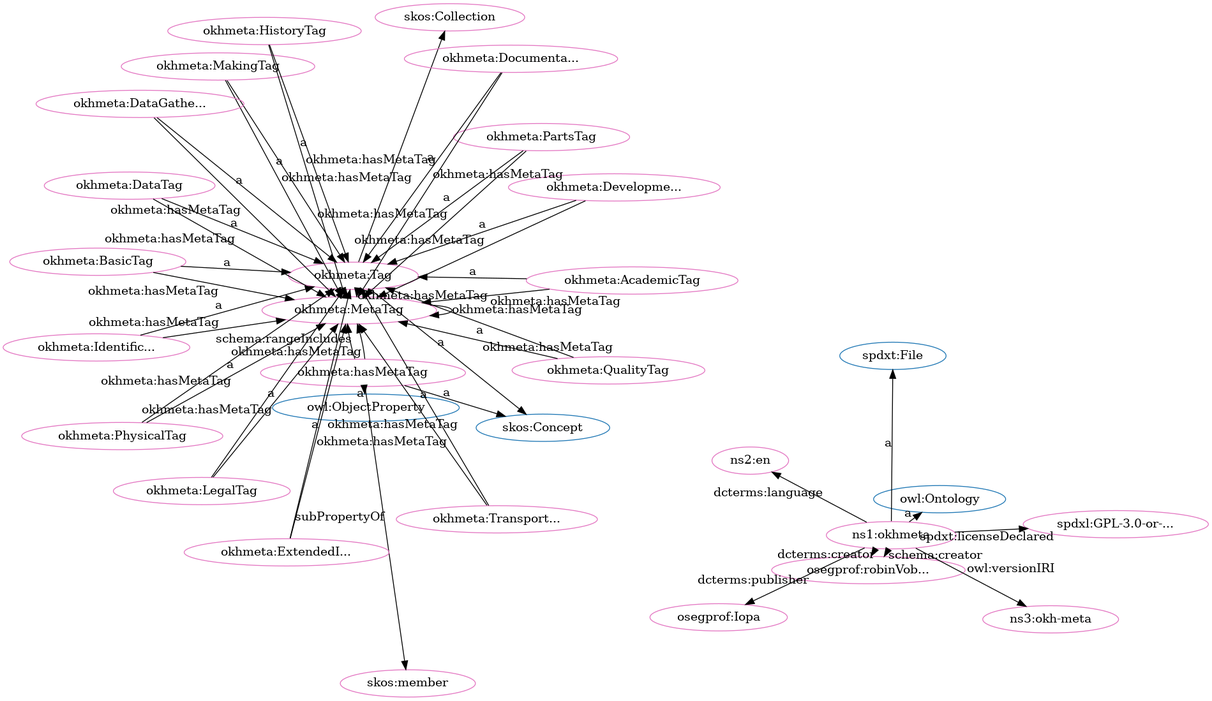
The Graphviz diagram src/spec/fdp_okh-meta.png in iop-alliance/OpenKnowHow, before a commit. Its source is kept beside it as src/spec/fdp_okh-meta.dot.
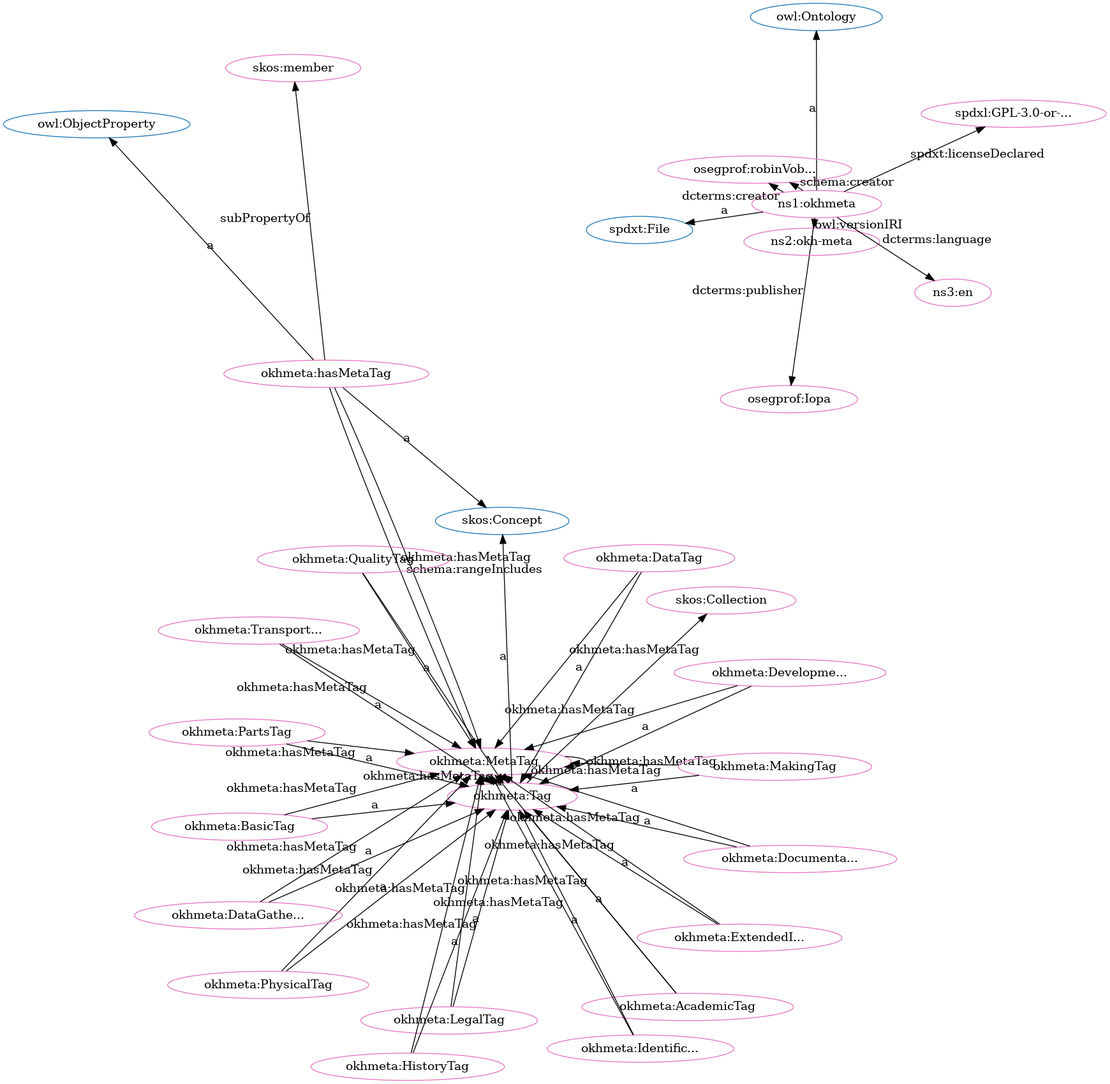
Later version of the same file.

What changed in the source:
```diff
@@ -1,85 +1,85 @@
 digraph G {
   rankdir=BT
   node[height=.3]
+"http://www.w3.org/2002/07/owl#ObjectProperty" [fillcolor="#1f77b4" color="#1f77b4" label="owl:ObjectProperty"]
 "http://spdx.org/rdf/terms#File" [fillcolor="#1f77b4" color="#1f77b4" label="spdxt:File"]
-"http://www.w3.org/2002/07/owl#ObjectProperty" [fillcolor="#1f77b4" color="#1f77b4" label="owl:ObjectProperty"]
-"http://www.w3.org/2004/02/skos/core#Concept" [fillcolor="#1f77b4" color="#1f77b4" label="skos:Concept"]
-"http://www.w3.org/2002/07/owl#Ontology" [fillcolor="#1f77b4" color="#1f77b4" label="owl:Ontology"]
+"https://w3id.org/oseg/ont/okhmeta#MetaTag" [fillcolor="#1f77b4" color="#1f77b4" label="okhmeta:MetaTag"]
 "https://w3id.org/oseg/ont/okhmeta#Tag" [fillcolor="#1f77b4" color="#1f77b4" label="okhmeta:Tag"]
 "http://www.w3.org/2004/02/skos/core#Collection" [fillcolor="#1f77b4" color="#1f77b4" label="skos:Collection"]
-"https://w3id.org/oseg/ont/okhmeta#MetaTag" [fillcolor="#1f77b4" color="#1f77b4" label="okhmeta:MetaTag"]
-"https://w3id.org/oseg/ont/okhmeta#IdentificationTag" [fillcolor="#e377c2" color="#e377c2" label="okhmeta:Identific..."]
-"https://w3id.org/oseg/ont/okhmeta#hasMetaTag" [fillcolor="#e377c2" color="#e377c2" label="okhmeta:hasMetaTag"]
-"https://w3id.org/oseg/ont/okhmeta#PartsTag" [fillcolor="#e377c2" color="#e377c2" label="okhmeta:PartsTag"]
+"http://www.w3.org/2002/07/owl#Ontology" [fillcolor="#1f77b4" color="#1f77b4" label="owl:Ontology"]
+"http://www.w3.org/2004/02/skos/core#Concept" [fillcolor="#1f77b4" color="#1f77b4" label="skos:Concept"]
+"https://w3id.org/oseg/ont/okhmeta#Tag" [fillcolor="#e377c2" color="#e377c2" label="okhmeta:Tag"]
 "https://w3id.org/oseg/ont/okhmeta#MetaTag" [fillcolor="#e377c2" color="#e377c2" label="okhmeta:MetaTag"]
-"https://w3id.org/oseg/ont/okhmeta#LegalTag" [fillcolor="#e377c2" color="#e377c2" label="okhmeta:LegalTag"]
-"https://w3id.org/oseg/ont/oseg-profiles#robinVobruba" [fillcolor="#e377c2" color="#e377c2" label="osegprof:robinVob..."]
-"https://w3id.org/oseg/ont/okhmeta#Tag" [fillcolor="#e377c2" color="#e377c2" label="okhmeta:Tag"]
-"https://w3id.org/oseg/ont/okhmeta#MakingTag" [fillcolor="#e377c2" color="#e377c2" label="okhmeta:MakingTag"]
-"https://w3id.org/oseg/ont/okhmeta#QualityTag" [fillcolor="#e377c2" color="#e377c2" label="okhmeta:QualityTag"]
-"http://www.w3.org/2004/02/skos/core#Collection" [fillcolor="#e377c2" color="#e377c2" label="skos:Collection"]
-"https://w3id.org/oseg/ont/okhmeta#DataGatheringTag" [fillcolor="#e377c2" color="#e377c2" label="okhmeta:DataGathe..."]
-"https://w3id.org/oseg/ont/okhmeta#DevelopmentTag" [fillcolor="#e377c2" color="#e377c2" label="okhmeta:Developme..."]
-"https://w3id.org/oseg/ont/okhmeta#AcademicTag" [fillcolor="#e377c2" color="#e377c2" label="okhmeta:AcademicTag"]
 "https://w3id.org/oseg/ont/okhmeta" [fillcolor="#e377c2" color="#e377c2" label="ns1:okhmeta"]
 "https://w3id.org/oseg/ont/okhmeta#DataTag" [fillcolor="#e377c2" color="#e377c2" label="okhmeta:DataTag"]
+"https://w3id.org/oseg/ont/oseg-profiles#robinVobruba" [fillcolor="#e377c2" color="#e377c2" label="osegprof:robinVob..."]
+"https://w3id.org/oseg/ont/okhmeta#PartsTag" [fillcolor="#e377c2" color="#e377c2" label="okhmeta:PartsTag"]
+"https://w3id.org/oseg/ont/okhmeta#ExtendedInfoTag" [fillcolor="#e377c2" color="#e377c2" label="okhmeta:ExtendedI..."]
 "http://www.w3.org/2004/02/skos/core#member" [fillcolor="#e377c2" color="#e377c2" label="skos:member"]
+"https://w3id.org/oseg/ont/okhmeta#AcademicTag" [fillcolor="#e377c2" color="#e377c2" label="okhmeta:AcademicTag"]
+"https://w3id.org/oseg/ont/okhmeta#BasicTag" [fillcolor="#e377c2" color="#e377c2" label="okhmeta:BasicTag"]
+"https://w3id.org/oseg/ont/okhmeta#hasMetaTag" [fillcolor="#e377c2" color="#e377c2" label="okhmeta:hasMetaTag"]
+"https://w3id.org/oseg/ont/okhmeta#QualityTag" [fillcolor="#e377c2" color="#e377c2" label="okhmeta:QualityTag"]
+"https://w3id.org/oseg/ont/oseg-profiles#Iopa" [fillcolor="#e377c2" color="#e377c2" label="osegprof:Iopa"]
+"https://w3id.org/oseg/ont/okhmeta#IdentificationTag" [fillcolor="#e377c2" color="#e377c2" label="okhmeta:Identific..."]
 "https://spdx.org/licenses/GPL-3.0-or-later" [fillcolor="#e377c2" color="#e377c2" label="spdxl:GPL-3.0-or-..."]
-"http://id.loc.gov/vocabulary/iso639-1/en" [fillcolor="#e377c2" color="#e377c2" label="ns2:en"]
-"https://w3id.org/oseg/ont/oseg-profiles#Iopa" [fillcolor="#e377c2" color="#e377c2" label="osegprof:Iopa"]
-"https://w3id.org/oseg/ont/okhmeta#ExtendedInfoTag" [fillcolor="#e377c2" color="#e377c2" label="okhmeta:ExtendedI..."]
-"https://w3id.org/oseg/ont/okhmeta#BasicTag" [fillcolor="#e377c2" color="#e377c2" label="okhmeta:BasicTag"]
+"https://w3id.org/oseg/ont/okhmeta#DevelopmentTag" [fillcolor="#e377c2" color="#e377c2" label="okhmeta:Developme..."]
+"https://w3id.org/oseg/ont/okhmeta#PhysicalTag" [fillcolor="#e377c2" color="#e377c2" label="okhmeta:PhysicalTag"]
 "https://w3id.org/oseg/ont/okhmeta#DocumentationTag" [fillcolor="#e377c2" color="#e377c2" label="okhmeta:Documenta..."]
-"https://w3id.org/oseg/ont/1.1.0/okh-meta" [fillcolor="#e377c2" color="#e377c2" label="ns3:okh-meta"]
-"https://w3id.org/oseg/ont/okhmeta#PhysicalTag" [fillcolor="#e377c2" color="#e377c2" label="okhmeta:PhysicalTag"]
+"https://w3id.org/oseg/ont/okhmeta#MakingTag" [fillcolor="#e377c2" color="#e377c2" label="okhmeta:MakingTag"]
+"http://www.w3.org/2004/02/skos/core#Collection" [fillcolor="#e377c2" color="#e377c2" label="skos:Collection"]
+"https://w3id.org/oseg/ont/1.1.0/okh-meta" [fillcolor="#e377c2" color="#e377c2" label="ns2:okh-meta"]
 "https://w3id.org/oseg/ont/okhmeta#TransportationTag" [fillcolor="#e377c2" color="#e377c2" label="okhmeta:Transport..."]
+"https://w3id.org/oseg/ont/okhmeta#LegalTag" [fillcolor="#e377c2" color="#e377c2" label="okhmeta:LegalTag"]
 "https://w3id.org/oseg/ont/okhmeta#HistoryTag" [fillcolor="#e377c2" color="#e377c2" label="okhmeta:HistoryTag"]
-  "https://w3id.org/oseg/ont/okhmeta#IdentificationTag" -> "https://w3id.org/oseg/ont/okhmeta#Tag" [label="a"]
-  "https://w3id.org/oseg/ont/okhmeta#PartsTag" -> "https://w3id.org/oseg/ont/okhmeta#Tag" [label="a"]
+"http://id.loc.gov/vocabulary/iso639-1/en" [fillcolor="#e377c2" color="#e377c2" label="ns3:en"]
+"https://w3id.org/oseg/ont/okhmeta#DataGatheringTag" [fillcolor="#e377c2" color="#e377c2" label="okhmeta:DataGathe..."]
+  "https://w3id.org/oseg/ont/okhmeta#Tag" -> "http://www.w3.org/2004/02/skos/core#Concept" [label="a"]
+  "https://w3id.org/oseg/ont/okhmeta#DevelopmentTag" -> "https://w3id.org/oseg/ont/okhmeta#MetaTag" [label="okhmeta:hasMetaTag"]
+  "https://w3id.org/oseg/ont/okhmeta" -> "http://spdx.org/rdf/terms#File" [label="a"]
+  "https://w3id.org/oseg/ont/okhmeta#ExtendedInfoTag" -> "https://w3id.org/oseg/ont/okhmeta#Tag" [label="a"]
+  "https://w3id.org/oseg/ont/okhmeta#QualityTag" -> "https://w3id.org/oseg/ont/okhmeta#MetaTag" [label="okhmeta:hasMetaTag"]
+  "https://w3id.org/oseg/ont/okhmeta#hasMetaTag" -> "http://www.w3.org/2004/02/skos/core#member" [label="subPropertyOf"]
+  "https://w3id.org/oseg/ont/okhmeta#AcademicTag" -> "https://w3id.org/oseg/ont/okhmeta#Tag" [label="a"]
+  "https://w3id.org/oseg/ont/okhmeta#BasicTag" -> "https://w3id.org/oseg/ont/okhmeta#Tag" [label="a"]
+  "https://w3id.org/oseg/ont/okhmeta#IdentificationTag" -> "https://w3id.org/oseg/ont/okhmeta#MetaTag" [label="okhmeta:hasMetaTag"]
+  "https://w3id.org/oseg/ont/okhmeta" -> "https://w3id.org/oseg/ont/oseg-profiles#robinVobruba" [label="dcterms:creator"]
+  "https://w3id.org/oseg/ont/okhmeta#HistoryTag" -> "https://w3id.org/oseg/ont/okhmeta#MetaTag" [label="okhmeta:hasMetaTag"]
+  "https://w3id.org/oseg/ont/okhmeta" -> "https://w3id.org/oseg/ont/oseg-profiles#Iopa" [label="dcterms:publisher"]
+  "https://w3id.org/oseg/ont/okhmeta#hasMetaTag" -> "https://w3id.org/oseg/ont/okhmeta#MetaTag" [label="schema:rangeIncludes"]
+  "https://w3id.org/oseg/ont/okhmeta#DocumentationTag" -> "https://w3id.org/oseg/ont/okhmeta#Tag" [label="a"]
+  "https://w3id.org/oseg/ont/okhmeta#MakingTag" -> "https://w3id.org/oseg/ont/okhmeta#Tag" [label="a"]
+  "https://w3id.org/oseg/ont/okhmeta#DataTag" -> "https://w3id.org/oseg/ont/okhmeta#MetaTag" [label="okhmeta:hasMetaTag"]
+  "https://w3id.org/oseg/ont/okhmeta#TransportationTag" -> "https://w3id.org/oseg/ont/okhmeta#Tag" [label="a"]
+  "https://w3id.org/oseg/ont/okhmeta#hasMetaTag" -> "http://www.w3.org/2002/07/owl#ObjectProperty" [label="a"]
+  "https://w3id.org/oseg/ont/okhmeta#LegalTag" -> "https://w3id.org/oseg/ont/okhmeta#Tag" [label="a"]
+  "https://w3id.org/oseg/ont/okhmeta#HistoryTag" -> "https://w3id.org/oseg/ont/okhmeta#Tag" [label="a"]
+  "https://w3id.org/oseg/ont/okhmeta#ExtendedInfoTag" -> "https://w3id.org/oseg/ont/okhmeta#MetaTag" [label="okhmeta:hasMetaTag"]
+  "https://w3id.org/oseg/ont/okhmeta#DataGatheringTag" -> "https://w3id.org/oseg/ont/okhmeta#Tag" [label="a"]
+  "https://w3id.org/oseg/ont/okhmeta#DataTag" -> "https://w3id.org/oseg/ont/okhmeta#Tag" [label="a"]
+  "https://w3id.org/oseg/ont/okhmeta#TransportationTag" -> "https://w3id.org/oseg/ont/okhmeta#MetaTag" [label="okhmeta:hasMetaTag"]
   "https://w3id.org/oseg/ont/okhmeta#DocumentationTag" -> "https://w3id.org/oseg/ont/okhmeta#MetaTag" [label="okhmeta:hasMetaTag"]
   "https://w3id.org/oseg/ont/okhmeta" -> "https://w3id.org/oseg/ont/oseg-profiles#robinVobruba" [label="schema:creator"]
+  "https://w3id.org/oseg/ont/okhmeta#PartsTag" -> "https://w3id.org/oseg/ont/okhmeta#Tag" [label="a"]
+  "https://w3id.org/oseg/ont/okhmeta#LegalTag" -> "https://w3id.org/oseg/ont/okhmeta#MetaTag" [label="okhmeta:hasMetaTag"]
+  "https://w3id.org/oseg/ont/okhmeta#hasMetaTag" -> "http://www.w3.org/2004/02/skos/core#Concept" [label="a"]
+  "https://w3id.org/oseg/ont/okhmeta#QualityTag" -> "https://w3id.org/oseg/ont/okhmeta#Tag" [label="a"]
+  "https://w3id.org/oseg/ont/okhmeta#DataGatheringTag" -> "https://w3id.org/oseg/ont/okhmeta#MetaTag" [label="okhmeta:hasMetaTag"]
+  "https://w3id.org/oseg/ont/okhmeta#BasicTag" -> "https://w3id.org/oseg/ont/okhmeta#MetaTag" [label="okhmeta:hasMetaTag"]
+  "https://w3id.org/oseg/ont/okhmeta#PartsTag" -> "https://w3id.org/oseg/ont/okhmeta#MetaTag" [label="okhmeta:hasMetaTag"]
+  "https://w3id.org/oseg/ont/okhmeta#MetaTag" -> "https://w3id.org/oseg/ont/okhmeta#Tag" [label="a"]
+  "https://w3id.org/oseg/ont/okhmeta#MakingTag" -> "https://w3id.org/oseg/ont/okhmeta#MetaTag" [label="okhmeta:hasMetaTag"]
+  "https://w3id.org/oseg/ont/okhmeta" -> "https://spdx.org/licenses/GPL-3.0-or-later" [label="spdxt:licenseDeclared"]
+  "https://w3id.org/oseg/ont/okhmeta" -> "http://www.w3.org/2002/07/owl#Ontology" [label="a"]
+  "https://w3id.org/oseg/ont/okhmeta#DevelopmentTag" -> "https://w3id.org/oseg/ont/okhmeta#Tag" [label="a"]
+  "https://w3id.org/oseg/ont/okhmeta#PhysicalTag" -> "https://w3id.org/oseg/ont/okhmeta#Tag" [label="a"]
+  "https://w3id.org/oseg/ont/okhmeta#Tag" -> "https://w3id.org/oseg/ont/okhmeta#MetaTag" [label="okhmeta:hasMetaTag"]
+  "https://w3id.org/oseg/ont/okhmeta#Tag" -> "http://www.w3.org/2004/02/skos/core#Collection" [label=""]
+  "https://w3id.org/oseg/ont/okhmeta" -> "https://w3id.org/oseg/ont/1.1.0/okh-meta" [label="owl:versionIRI"]
+  "https://w3id.org/oseg/ont/okhmeta#MetaTag" -> "https://w3id.org/oseg/ont/okhmeta#MetaTag" [label="okhmeta:hasMetaTag"]
+  "https://w3id.org/oseg/ont/okhmeta#hasMetaTag" -> "https://w3id.org/oseg/ont/okhmeta#MetaTag" [label="okhmeta:hasMetaTag"]
+  "https://w3id.org/oseg/ont/okhmeta#AcademicTag" -> "https://w3id.org/oseg/ont/okhmeta#MetaTag" [label="okhmeta:hasMetaTag"]
   "https://w3id.org/oseg/ont/okhmeta#PhysicalTag" -> "https://w3id.org/oseg/ont/okhmeta#MetaTag" [label="okhmeta:hasMetaTag"]
-  "https://w3id.org/oseg/ont/okhmeta#Tag" -> "http://www.w3.org/2004/02/skos/core#Concept" [label="a"]
-  "https://w3id.org/oseg/ont/okhmeta#MakingTag" -> "https://w3id.org/oseg/ont/okhmeta#Tag" [label="a"]
-  "https://w3id.org/oseg/ont/okhmeta#AcademicTag" -> "https://w3id.org/oseg/ont/okhmeta#MetaTag" [label="okhmeta:hasMetaTag"]
-  "https://w3id.org/oseg/ont/okhmeta#DataGatheringTag" -> "https://w3id.org/oseg/ont/okhmeta#Tag" [label="a"]
-  "https://w3id.org/oseg/ont/okhmeta#AcademicTag" -> "https://w3id.org/oseg/ont/okhmeta#Tag" [label="a"]
-  "https://w3id.org/oseg/ont/okhmeta#LegalTag" -> "https://w3id.org/oseg/ont/okhmeta#MetaTag" [label="okhmeta:hasMetaTag"]
-  "https://w3id.org/oseg/ont/okhmeta" -> "http://spdx.org/rdf/terms#File" [label="a"]
-  "https://w3id.org/oseg/ont/okhmeta#BasicTag" -> "https://w3id.org/oseg/ont/okhmeta#MetaTag" [label="okhmeta:hasMetaTag"]
-  "https://w3id.org/oseg/ont/okhmeta" -> "https://spdx.org/licenses/GPL-3.0-or-later" [label="spdxt:licenseDeclared"]
   "https://w3id.org/oseg/ont/okhmeta" -> "http://id.loc.gov/vocabulary/iso639-1/en" [label="dcterms:language"]
-  "https://w3id.org/oseg/ont/okhmeta#QualityTag" -> "https://w3id.org/oseg/ont/okhmeta#MetaTag" [label="okhmeta:hasMetaTag"]
-  "https://w3id.org/oseg/ont/okhmeta#DocumentationTag" -> "https://w3id.org/oseg/ont/okhmeta#Tag" [label="a"]
-  "https://w3id.org/oseg/ont/okhmeta#PhysicalTag" -> "https://w3id.org/oseg/ont/okhmeta#Tag" [label="a"]
-  "https://w3id.org/oseg/ont/okhmeta#DataGatheringTag" -> "https://w3id.org/oseg/ont/okhmeta#MetaTag" [label="okhmeta:hasMetaTag"]
-  "https://w3id.org/oseg/ont/okhmeta" -> "https://w3id.org/oseg/ont/oseg-profiles#robinVobruba" [label="dcterms:creator"]
-  "https://w3id.org/oseg/ont/okhmeta#hasMetaTag" -> "http://www.w3.org/2004/02/skos/core#Concept" [label="a"]
-  "https://w3id.org/oseg/ont/okhmeta#Tag" -> "https://w3id.org/oseg/ont/okhmeta#MetaTag" [label="okhmeta:hasMetaTag"]
-  "https://w3id.org/oseg/ont/okhmeta#LegalTag" -> "https://w3id.org/oseg/ont/okhmeta#Tag" [label="a"]
-  "https://w3id.org/oseg/ont/okhmeta#MetaTag" -> "https://w3id.org/oseg/ont/okhmeta#MetaTag" [label="okhmeta:hasMetaTag"]
-  "https://w3id.org/oseg/ont/okhmeta#MakingTag" -> "https://w3id.org/oseg/ont/okhmeta#MetaTag" [label="okhmeta:hasMetaTag"]
-  "https://w3id.org/oseg/ont/okhmeta#MetaTag" -> "https://w3id.org/oseg/ont/okhmeta#Tag" [label="a"]
-  "https://w3id.org/oseg/ont/okhmeta#hasMetaTag" -> "https://w3id.org/oseg/ont/okhmeta#MetaTag" [label="schema:rangeIncludes"]
-  "https://w3id.org/oseg/ont/okhmeta#IdentificationTag" -> "https://w3id.org/oseg/ont/okhmeta#MetaTag" [label="okhmeta:hasMetaTag"]
-  "https://w3id.org/oseg/ont/okhmeta#QualityTag" -> "https://w3id.org/oseg/ont/okhmeta#Tag" [label="a"]
-  "https://w3id.org/oseg/ont/okhmeta#TransportationTag" -> "https://w3id.org/oseg/ont/okhmeta#MetaTag" [label="okhmeta:hasMetaTag"]
-  "https://w3id.org/oseg/ont/okhmeta#PartsTag" -> "https://w3id.org/oseg/ont/okhmeta#MetaTag" [label="okhmeta:hasMetaTag"]
-  "https://w3id.org/oseg/ont/okhmeta#hasMetaTag" -> "https://w3id.org/oseg/ont/okhmeta#MetaTag" [label="okhmeta:hasMetaTag"]
-  "https://w3id.org/oseg/ont/okhmeta#DataTag" -> "https://w3id.org/oseg/ont/okhmeta#MetaTag" [label="okhmeta:hasMetaTag"]
-  "https://w3id.org/oseg/ont/okhmeta#hasMetaTag" -> "http://www.w3.org/2002/07/owl#ObjectProperty" [label="a"]
-  "https://w3id.org/oseg/ont/okhmeta#DevelopmentTag" -> "https://w3id.org/oseg/ont/okhmeta#Tag" [label="a"]
-  "https://w3id.org/oseg/ont/okhmeta#DevelopmentTag" -> "https://w3id.org/oseg/ont/okhmeta#MetaTag" [label="okhmeta:hasMetaTag"]
-  "https://w3id.org/oseg/ont/okhmeta#DataTag" -> "https://w3id.org/oseg/ont/okhmeta#Tag" [label="a"]
-  "https://w3id.org/oseg/ont/okhmeta#ExtendedInfoTag" -> "https://w3id.org/oseg/ont/okhmeta#MetaTag" [label="okhmeta:hasMetaTag"]
-  "https://w3id.org/oseg/ont/okhmeta#hasMetaTag" -> "http://www.w3.org/2004/02/skos/core#member" [label="subPropertyOf"]
-  "https://w3id.org/oseg/ont/okhmeta" -> "https://w3id.org/oseg/ont/oseg-profiles#Iopa" [label="dcterms:publisher"]
-  "https://w3id.org/oseg/ont/okhmeta#ExtendedInfoTag" -> "https://w3id.org/oseg/ont/okhmeta#Tag" [label="a"]
-  "https://w3id.org/oseg/ont/okhmeta#BasicTag" -> "https://w3id.org/oseg/ont/okhmeta#Tag" [label="a"]
-  "https://w3id.org/oseg/ont/okhmeta" -> "http://www.w3.org/2002/07/owl#Ontology" [label="a"]
-  "https://w3id.org/oseg/ont/okhmeta#HistoryTag" -> "https://w3id.org/oseg/ont/okhmeta#MetaTag" [label="okhmeta:hasMetaTag"]
-  "https://w3id.org/oseg/ont/okhmeta" -> "https://w3id.org/oseg/ont/1.1.0/okh-meta" [label="owl:versionIRI"]
-  "https://w3id.org/oseg/ont/okhmeta#TransportationTag" -> "https://w3id.org/oseg/ont/okhmeta#Tag" [label="a"]
-  "https://w3id.org/oseg/ont/okhmeta#HistoryTag" -> "https://w3id.org/oseg/ont/okhmeta#Tag" [label="a"]
-  "https://w3id.org/oseg/ont/okhmeta#Tag" -> "http://www.w3.org/2004/02/skos/core#Collection" [label=""]
+  "https://w3id.org/oseg/ont/okhmeta#IdentificationTag" -> "https://w3id.org/oseg/ont/okhmeta#Tag" [label="a"]
 }
```
